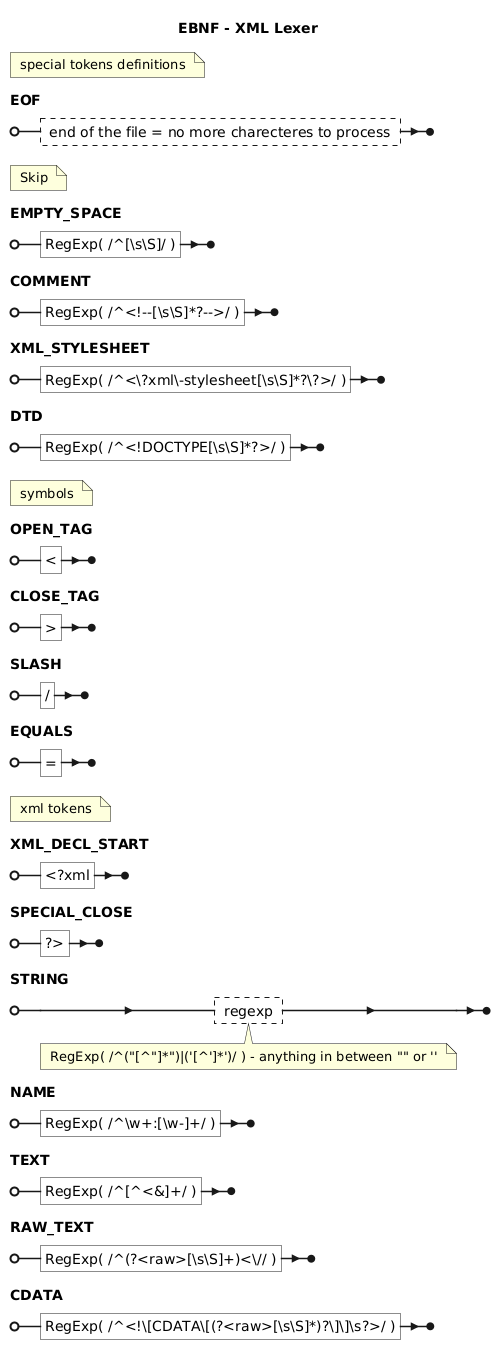
erkobridee/ds-ast keeps this PlantUML diagram as implementations/ts-parser-xml/assets/images/lexer.png. Above is the earlier version. Source of this version:
```plantuml
@startebnf
title EBNF - XML Lexer

(* special tokens definitions *)

EOF = ? end of the file = no more charecteres to process ? ;


(* Skip *)

EMPTY_SPACE = "RegExp( /^[\s\S]/ )" ;

COMMENT = "RegExp( /^<!--[\s\S]*?-->/ )" ;

XML_STYLESHEET = "RegExp( /^<\?xml\-stylesheet[\s\S]*?\?>/ )" ;

DTD =  "RegExp( /^<!DOCTYPE[\s\S]*?>/ )" ;


(* symbols *)

OPEN_TAG = "<" ;

CLOSE_TAG = ">" ;

SLASH = "/" ;

EQUALS = "=" ;


(* xml tokens *)

XML_DECL_START = "<?xml" ;

SPECIAL_CLOSE = "?>" ;

STRING = ? regexp ? (* RegExp( /^("[^"]*")|('[^']*')/ ) - anything in between "" or '' *) ;

NAME = "RegExp( /^\w+:[\w-]+/ )" ;

TEXT = "RegExp( /^[^<&]+/ )" ;

RAW_TEXT = "RegExp( /^(?<raw>[\s\S]+)<\// )" ;

CDATA = "RegExp( /^<!\[CDATA\[(?<raw>[\s\S]*)?\]\]\s?>/ )" ;

@endebnf
```
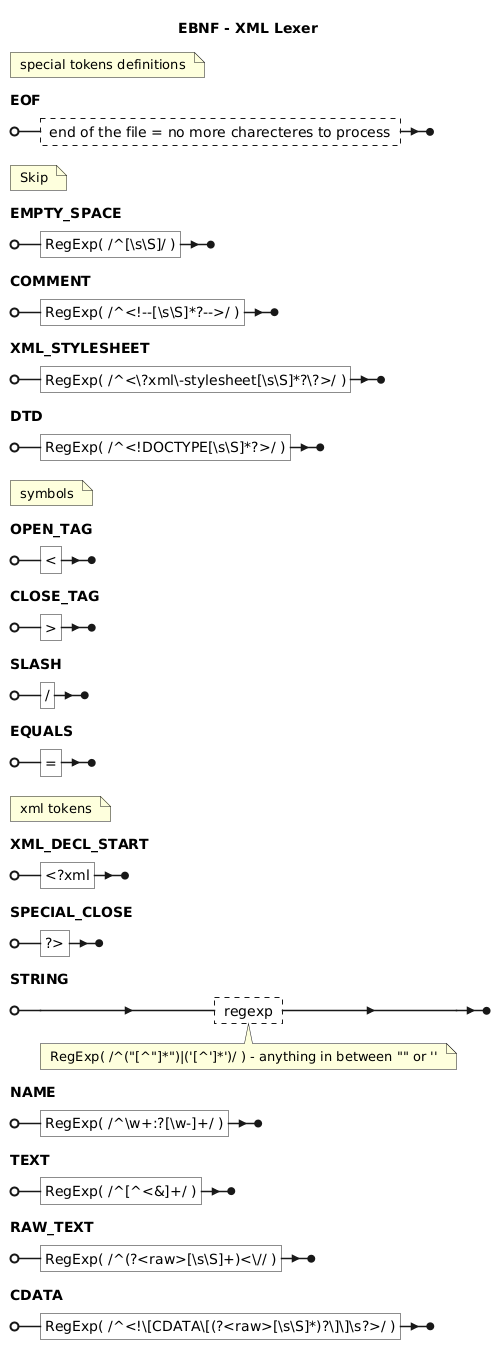
After the commit.

Commit message:
update(ts-parser-xml): docs

What changed in the source:
```diff
@@ -36,7 +36,7 @@
 
 STRING = ? regexp ? (* RegExp( /^("[^"]*")|('[^']*')/ ) - anything in between "" or '' *) ;
 
-NAME = "RegExp( /^\w+:[\w-]+/ )" ;
+NAME = "RegExp( /^\w+:?[\w-]+/ )" ;
 
 TEXT = "RegExp( /^[^<&]+/ )" ;
 
```
